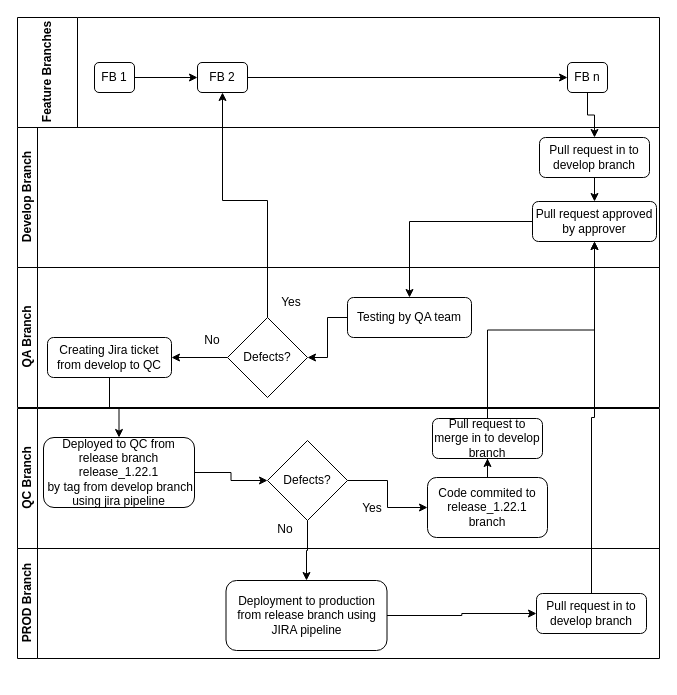
The draw.io diagram Untitled Diagram.drawio in rpesh2020/rpesh2020, before the edit. Source tidied: cells renumbered, new cells numbered last; positions are measured from the earlier drawing's top-left corner, leaving out a move shared by most shapes. Both pictures are drawn from the tidied source at 100%, with x=0, y=0 at pixel (17, 17).
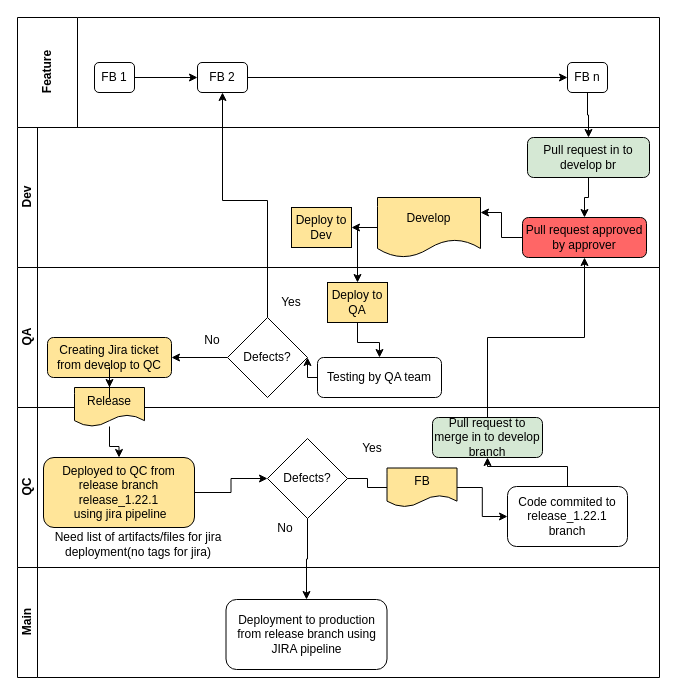
The same page after the edit.

Unchanged cells that the change refers to:
```xml
<mxCell id="33" value="Deployment to production from release branch using JIRA pipeline" style="rounded=1;whiteSpace=wrap;html=1;" parent="31" vertex="1">
  <mxGeometry x="208.5" y="32" width="161" height="70" as="geometry" />
</mxCell>
```

Diff of the diagram source:
```diff
@@
-    <mxCell id="2" value="QA Branch" style="swimlane;html=1;startSize=20;horizontal=0;" parent="1" vertex="1">
+    <mxCell id="2" value="QA" style="swimlane;html=1;startSize=20;horizontal=0;" parent="1" vertex="1">
       <mxGeometry y="250" width="642" height="140" as="geometry" />
     </mxCell>
@@
     <mxCell id="4" value="Testing by QA team" style="rounded=1;whiteSpace=wrap;html=1;" parent="2" vertex="1">
-      <mxGeometry x="330" y="30" width="124" height="40" as="geometry" />
+      <mxGeometry x="300" y="90" width="124" height="40" as="geometry" />
     </mxCell>
-    <mxCell id="5" value="Creating Jira ticket from develop to QC" style="rounded=1;whiteSpace=wrap;html=1;" parent="2" vertex="1">
+    <mxCell id="5" value="Creating Jira ticket from develop to QC" style="rounded=1;whiteSpace=wrap;html=1;fillColor=#FFE599;" parent="2" vertex="1">
       <mxGeometry x="30" y="70" width="124" height="40" as="geometry" />
     </mxCell>
@@
+    <mxCell id="41" style="edgeStyle=orthogonalEdgeStyle;rounded=0;jettySize=auto;html=1;exitX=0.5;exitY=1;exitDx=0;exitDy=0;entryX=0.5;entryY=0;entryDx=0;entryDy=0;" parent="2" edge="1" source="42" target="4">
+      <mxGeometry relative="1" as="geometry" />
+    </mxCell>
+    <mxCell id="42" value="Deploy to QA" style="rounded=0;whiteSpace=wrap;html=1;fillColor=#FFE599;" parent="2" vertex="1">
+      <mxGeometry x="310" y="15" width="60" height="40" as="geometry" />
+    </mxCell>
-    <mxCell id="10" value="Develop Branch&lt;br&gt;" style="swimlane;html=1;startSize=20;horizontal=0;" parent="1" vertex="1">
+    <mxCell id="10" value="Dev" style="swimlane;html=1;startSize=20;horizontal=0;" parent="1" vertex="1">
       <mxGeometry y="110" width="642" height="140" as="geometry" />
     </mxCell>
@@
-    <mxCell id="12" value="Pull request in to develop branch" style="rounded=1;whiteSpace=wrap;html=1;" parent="10" vertex="1">
-      <mxGeometry x="522" y="10" width="110" height="40" as="geometry" />
+    <mxCell id="12" value="Pull request in to develop br" style="rounded=1;whiteSpace=wrap;html=1;fillColor=#D5E8D4;" parent="10" vertex="1">
+      <mxGeometry x="510" y="10" width="122" height="40" as="geometry" />
     </mxCell>
+    <mxCell id="43" style="edgeStyle=orthogonalEdgeStyle;rounded=0;jettySize=auto;html=1;exitX=0;exitY=0.5;exitDx=0;exitDy=0;entryX=1;entryY=0.25;entryDx=0;entryDy=0;" parent="10" edge="1" source="13" target="45">
+      <mxGeometry relative="1" as="geometry" />
+    </mxCell>
-    <mxCell id="13" value="Pull request approved by approver" style="rounded=1;whiteSpace=wrap;html=1;" parent="10" vertex="1">
-      <mxGeometry x="515" y="74" width="124" height="40" as="geometry" />
+    <mxCell id="13" value="Pull request approved by approver" style="rounded=1;whiteSpace=wrap;html=1;fillColor=#FF6666;" parent="10" vertex="1">
+      <mxGeometry x="505" y="90" width="124" height="40" as="geometry" />
     </mxCell>
+    <mxCell id="44" style="edgeStyle=orthogonalEdgeStyle;rounded=0;jettySize=auto;html=1;exitX=0;exitY=0.5;exitDx=0;exitDy=0;" parent="10" edge="1" source="45" target="46">
+      <mxGeometry relative="1" as="geometry" />
+    </mxCell>
+    <mxCell id="45" value="Develop" style="shape=document;whiteSpace=wrap;html=1;boundedLbl=1;fillColor=#FFE599;" parent="10" vertex="1">
+      <mxGeometry x="360" y="70" width="103" height="60" as="geometry" />
+    </mxCell>
+    <mxCell id="46" value="Deploy to Dev" style="rounded=0;whiteSpace=wrap;html=1;fillColor=#FFE599;" parent="10" vertex="1">
+      <mxGeometry x="274" y="80" width="60" height="40" as="geometry" />
+    </mxCell>
-    <mxCell id="14" value="Feature Branches" style="swimlane;html=1;startSize=60;horizontal=0;" parent="1" vertex="1">
+    <mxCell id="14" value="Feature" style="swimlane;html=1;startSize=60;horizontal=0;" parent="1" vertex="1">
       <mxGeometry width="642" height="110" as="geometry" />
     </mxCell>
@@
-    <mxCell id="21" value="QC Branch" style="swimlane;html=1;startSize=20;horizontal=0;" parent="1" vertex="1">
-      <mxGeometry y="391" width="642" height="140" as="geometry" />
+    <mxCell id="21" value="QC" style="swimlane;html=1;startSize=20;horizontal=0;" parent="1" vertex="1">
+      <mxGeometry y="390" width="642" height="160" as="geometry" />
     </mxCell>
@@
-    <mxCell id="23" value="Deployed to QC from release branch release_1.22.1&lt;br&gt;&amp;nbsp;by tag from develop branch using jira pipeline" style="rounded=1;whiteSpace=wrap;html=1;" parent="21" vertex="1">
-      <mxGeometry x="26" y="29" width="151" height="70" as="geometry" />
+    <mxCell id="23" value="Deployed to QC from release branch release_1.22.1&lt;br&gt;&amp;nbsp;using jira pipeline" style="rounded=1;whiteSpace=wrap;html=1;fillColor=#FFE599;" parent="21" vertex="1">
+      <mxGeometry x="26" y="50" width="151" height="70" as="geometry" />
     </mxCell>
-    <mxCell id="24" style="edgeStyle=orthogonalEdgeStyle;rounded=0;jettySize=auto;html=1;exitX=1;exitY=0.5;exitDx=0;exitDy=0;entryX=0;entryY=0.5;entryDx=0;entryDy=0;" parent="21" edge="1" source="25" target="28">
+    <mxCell id="24" style="edgeStyle=orthogonalEdgeStyle;rounded=0;jettySize=auto;html=1;exitX=1;exitY=0.5;exitDx=0;exitDy=0;entryX=0;entryY=0.5;entryDx=0;entryDy=0;startArrow=none;" parent="21" edge="1" source="47" target="28">
       <mxGeometry relative="1" as="geometry" />
     </mxCell>
     <mxCell id="25" value="Defects?" style="rhombus;whiteSpace=wrap;html=1;" parent="21" vertex="1">
-      <mxGeometry x="250" y="32" width="80" height="80" as="geometry" />
+      <mxGeometry x="250" y="31" width="80" height="80" as="geometry" />
     </mxCell>
@@
     <mxCell id="28" value="Code commited to release_1.22.1 branch" style="rounded=1;whiteSpace=wrap;html=1;" parent="21" vertex="1">
-      <mxGeometry x="410" y="69" width="120" height="60" as="geometry" />
+      <mxGeometry x="490" y="79" width="120" height="60" as="geometry" />
     </mxCell>
     <mxCell id="29" value="Yes" style="text;html=1;strokeColor=none;fillColor=none;align=center;verticalAlign=middle;whiteSpace=wrap;rounded=0;" parent="21" vertex="1">
-      <mxGeometry x="330" y="90" width="50" height="20" as="geometry" />
+      <mxGeometry x="330" y="31" width="50" height="20" as="geometry" />
     </mxCell>
-    <mxCell id="30" value="Pull request to merge in to develop branch" style="rounded=1;whiteSpace=wrap;html=1;" parent="21" vertex="1">
+    <mxCell id="30" value="Pull request to merge in to develop branch" style="rounded=1;whiteSpace=wrap;html=1;fillColor=#D5E8D4;" parent="21" vertex="1">
       <mxGeometry x="415" y="10" width="110" height="40" as="geometry" />
     </mxCell>
+    <mxCell id="47" value="FB" style="shape=document;whiteSpace=wrap;html=1;boundedLbl=1;fillColor=#FFE599;" parent="21" vertex="1">
+      <mxGeometry x="369.5" y="60.5" width="70" height="39" as="geometry" />
+    </mxCell>
+    <mxCell id="48" style="edgeStyle=orthogonalEdgeStyle;rounded=0;jettySize=auto;html=1;exitX=1;exitY=0.5;exitDx=0;exitDy=0;entryX=0;entryY=0.5;entryDx=0;entryDy=0;endArrow=none;" parent="21" edge="1" source="25" target="47">
+      <mxGeometry relative="1" as="geometry" />
+    </mxCell>
+    <mxCell id="49" value="Need list of artifacts/files for jira deployment(no tags for jira)" style="text;html=1;strokeColor=none;fillColor=none;align=center;verticalAlign=middle;whiteSpace=wrap;rounded=0;" parent="21" vertex="1">
+      <mxGeometry x="21" y="122" width="200" height="30" as="geometry" />
+    </mxCell>
-    <mxCell id="31" value="PROD Branch" style="swimlane;html=1;startSize=20;horizontal=0;" parent="1" vertex="1">
-      <mxGeometry y="531" width="642" height="110" as="geometry" />
+    <mxCell id="31" value="Main" style="swimlane;html=1;startSize=20;horizontal=0;" parent="1" vertex="1">
+      <mxGeometry y="550" width="642" height="110" as="geometry" />
     </mxCell>
-    <mxCell id="32" style="edgeStyle=orthogonalEdgeStyle;rounded=0;jettySize=auto;html=1;" parent="31" edge="1" source="33" target="34">
-      <mxGeometry relative="1" as="geometry" />
-    </mxCell>
@@
-    <mxCell id="34" value="Pull request in to develop branch" style="rounded=1;whiteSpace=wrap;html=1;" parent="31" vertex="1">
-      <mxGeometry x="519" y="45" width="110" height="40" as="geometry" />
-    </mxCell>
-    <mxCell id="35" style="edgeStyle=orthogonalEdgeStyle;rounded=0;jettySize=auto;html=1;" parent="1" edge="1" source="34" target="13">
-      <mxGeometry relative="1" as="geometry" />
-    </mxCell>
@@
-    <mxCell id="37" style="edgeStyle=orthogonalEdgeStyle;rounded=0;jettySize=auto;html=1;" parent="1" edge="1" source="13" target="4">
-      <mxGeometry relative="1" as="geometry" />
-    </mxCell>
-    <mxCell id="38" style="edgeStyle=orthogonalEdgeStyle;rounded=0;jettySize=auto;html=1;entryX=0.5;entryY=0;entryDx=0;entryDy=0;" parent="1" edge="1" source="5" target="23">
+    <mxCell id="38" style="edgeStyle=orthogonalEdgeStyle;rounded=0;jettySize=auto;html=1;entryX=0.5;entryY=0;entryDx=0;entryDy=0;startArrow=none;" parent="1" edge="1" source="51" target="23">
       <mxGeometry relative="1" as="geometry" />
     </mxCell>
@@
+    <mxCell id="50" style="edgeStyle=orthogonalEdgeStyle;rounded=0;jettySize=auto;html=1;exitX=0;exitY=0.5;exitDx=0;exitDy=0;entryX=0.5;entryY=0;entryDx=0;entryDy=0;" parent="1" edge="1" source="45" target="42">
+      <mxGeometry relative="1" as="geometry" />
+    </mxCell>
+    <mxCell id="51" value="Release" style="shape=document;whiteSpace=wrap;html=1;boundedLbl=1;fillColor=#FFE599;" parent="1" vertex="1">
+      <mxGeometry x="57" y="370" width="70" height="39" as="geometry" />
+    </mxCell>
+    <mxCell id="52" style="edgeStyle=orthogonalEdgeStyle;rounded=0;jettySize=auto;html=1;entryX=0.5;entryY=0;entryDx=0;entryDy=0;endArrow=none;" parent="1" edge="1" source="5" target="51">
+      <mxGeometry relative="1" as="geometry" />
+    </mxCell>
+    <mxCell id="53" style="edgeStyle=orthogonalEdgeStyle;rounded=0;jettySize=auto;html=1;" parent="1" edge="1" source="5" target="51">
+      <mxGeometry relative="1" as="geometry" />
+    </mxCell>
```
